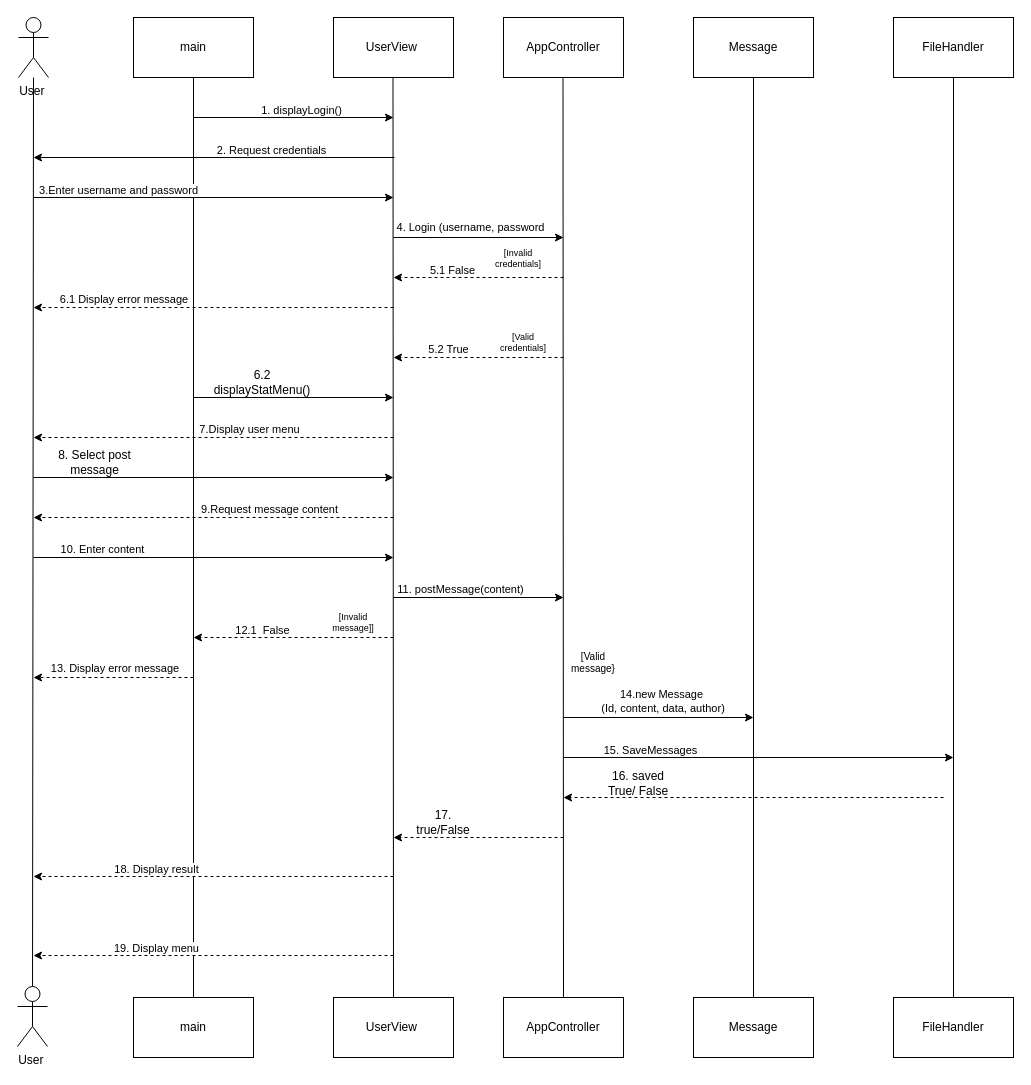
SaraMalmstedt/Chatterbox_Group3 keeps this draw.io diagram as diagrams/sequence_diagram.drawio. Above is the earlier version. Source tidied: cells renumbered, new cells numbered last; positions are measured from the earlier drawing's top-left corner, leaving out a move shared by most shapes. Both pictures are drawn from the tidied source at 100%, with x=0, y=0 at pixel (17, 17).
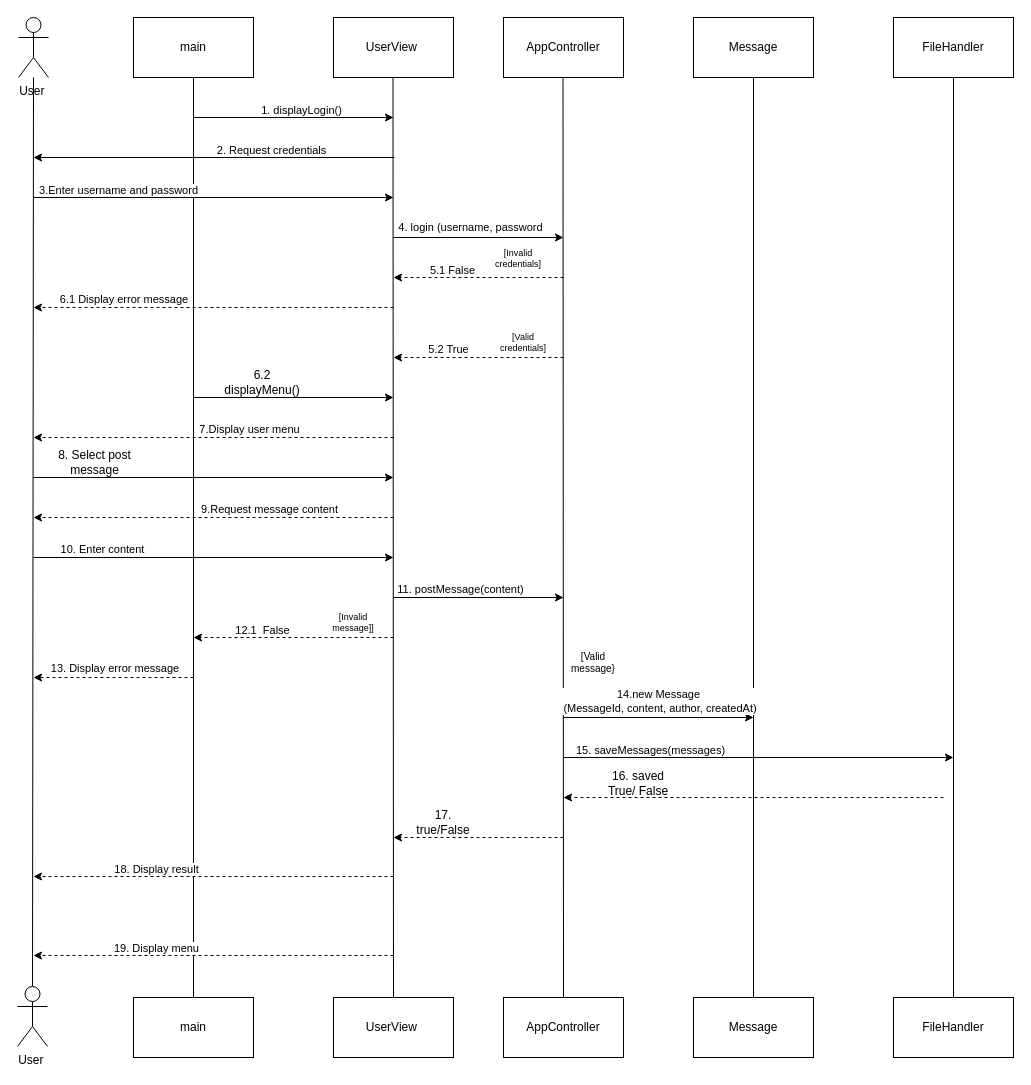
After the change.

Unchanged cells that the change refers to:
```xml
<mxCell id="26" style="endArrow=classic;html=1;rounded=0;" parent="1" edge="1">
  <mxGeometry relative="1" as="geometry">
    <mxPoint x="376" y="220" as="sourcePoint" />
    <mxPoint x="546" y="220" as="targetPoint" />
  </mxGeometry>
</mxCell>
<mxCell id="53" style="endArrow=classic;html=1;rounded=0;" parent="1" edge="1">
  <mxGeometry relative="1" as="geometry">
    <mxPoint x="546" y="700" as="sourcePoint" />
    <mxPoint x="736" y="700" as="targetPoint" />
  </mxGeometry>
</mxCell>
<mxCell id="55" style="endArrow=classic;html=1;rounded=0;" parent="1" edge="1">
  <mxGeometry relative="1" as="geometry">
    <mxPoint x="546" y="740" as="sourcePoint" />
    <mxPoint x="936" y="740" as="targetPoint" />
  </mxGeometry>
</mxCell>
```

Change to the diagram source:
```diff
@@
-    <mxCell id="27" value="&lt;div&gt;&lt;span style=&quot;background-color: light-dark(#ffffff, var(--ge-dark-color, #121212)); color: light-dark(rgb(0, 0, 0), rgb(255, 255, 255));&quot;&gt;4. Login (username, password&lt;/span&gt;&lt;/div&gt;" style="edgeLabel;html=1;align=center;verticalAlign=middle;" parent="26" vertex="1">
+    <mxCell id="27" value="&lt;div&gt;&lt;span style=&quot;background-color: light-dark(#ffffff, var(--ge-dark-color, #121212)); color: light-dark(rgb(0, 0, 0), rgb(255, 255, 255));&quot;&gt;4. login (username, password&lt;/span&gt;&lt;/div&gt;" style="edgeLabel;html=1;align=center;verticalAlign=middle;" parent="26" vertex="1">
       <mxGeometry x="-0.46" y="2" relative="1" as="geometry">
         <mxPoint x="30" y="-9" as="offset" />
       </mxGeometry>
     </mxCell>
@@
-    <mxCell id="37" value="6.2 displayStatMenu()" style="text;html=1;whiteSpace=wrap;strokeColor=none;fillColor=none;align=center;verticalAlign=middle;rounded=0;" parent="1" vertex="1">
+    <mxCell id="37" value="6.2 displayMenu()" style="text;html=1;whiteSpace=wrap;strokeColor=none;fillColor=none;align=center;verticalAlign=middle;rounded=0;" parent="1" vertex="1">
       <mxGeometry x="215" y="350" width="60" height="30" as="geometry" />
     </mxCell>
@@
-    <mxCell id="54" value="14.new Message&lt;div&gt;&amp;nbsp;(Id, content, data, author)&lt;/div&gt;" style="edgeLabel;html=1;align=center;verticalAlign=middle;" parent="53" vertex="1">
+    <mxCell id="54" value="14.new Message&lt;div&gt;&amp;nbsp;(MessageId, content, author, createdAt)&lt;/div&gt;" style="edgeLabel;html=1;align=center;verticalAlign=middle;" parent="53" vertex="1">
       <mxGeometry x="-0.31" relative="1" as="geometry">
-        <mxPoint x="31" y="-17" as="offset" />
+        <mxPoint x="28" y="-17" as="offset" />
       </mxGeometry>
     </mxCell>
@@
-    <mxCell id="56" value="15. SaveMessages" style="edgeLabel;html=1;align=center;verticalAlign=middle;" parent="55" vertex="1">
+    <mxCell id="56" value="15. saveMessages(messages)" style="edgeLabel;html=1;align=center;verticalAlign=middle;" parent="55" vertex="1">
       <mxGeometry x="-0.56" relative="1" as="geometry">
         <mxPoint y="-8" as="offset" />
       </mxGeometry>
     </mxCell>
```
